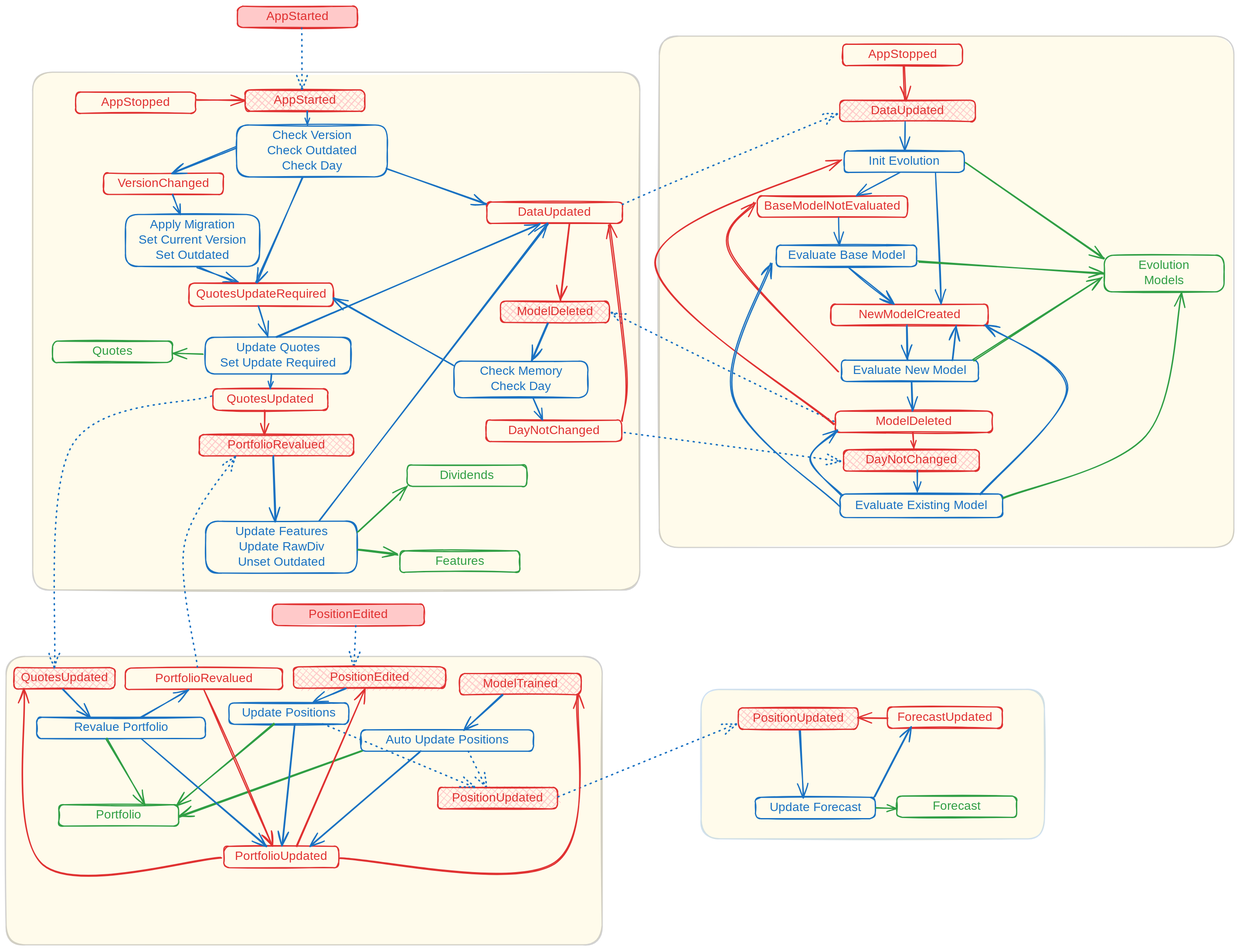
Above: docs/fsm.excalidraw.svg in WLM1ke/poptimizer (Excalidraw), before the change. Source tidied: one line per element, renumbered; positions are measured from the earlier drawing's top-left corner, leaving out a move shared by most shapes.
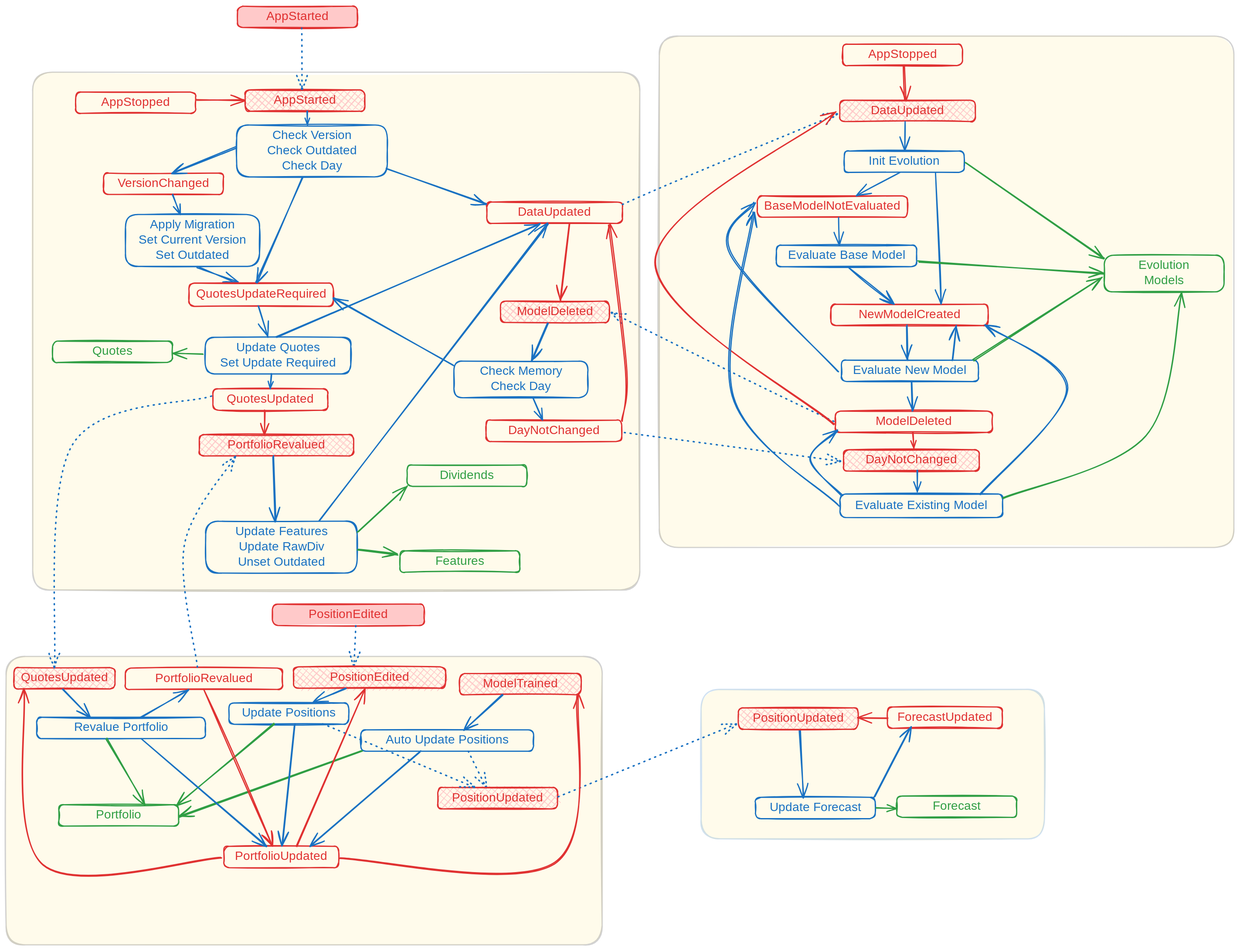
The same diagram one commit later.

Change to the diagram source:
```diff
@@ -123,7 +123,7 @@
 {"id": 122, "type": "arrow", "strokeColor": "#1971c2", "backgroundColor": "#ffc9c9", "fillStyle": "solid", "strokeWidth": 2, "roughness": 1, "endArrowhead": "arrow", "round": true, "from": 115, "to": 117, "x": 1476, "y": 524, "width": 3, "height": 56, "points": [[0, 0], [3, 56]]}
 {"id": 123, "type": "rectangle", "strokeColor": "#1971c2", "strokeWidth": 2, "roughness": 1, "round": true, "x": 1367, "y": 800, "width": 267, "height": 39}
 {"id": 124, "type": "text", "text": "Evaluate Existing Model", "strokeColor": "#1971c2", "strokeWidth": 2, "roughness": 1, "fontSize": 20, "fontFamily": 5, "textAlign": "center", "verticalAlign": "middle", "inside": 123, "x": 1383, "y": 806, "width": 234, "height": 25}
-{"id": 125, "type": "arrow", "strokeColor": "#e03131", "backgroundColor": "#ffc9c9", "fillStyle": "solid", "strokeWidth": 2, "roughness": 1, "endArrowhead": "arrow", "round": true, "from": 117, "to": 111, "x": 1364, "y": 598, "width": 177, "height": 276, "points": [[0, 0], [-177, -193], [-138, -276]]}
+{"id": 125, "type": "arrow", "strokeColor": "#1971c2", "backgroundColor": "#ffc9c9", "fillStyle": "solid", "strokeWidth": 2, "roughness": 1, "endArrowhead": "arrow", "round": true, "from": 117, "to": 111, "x": 1364, "y": 598, "width": 177, "height": 276, "points": [[0, 0], [-177, -193], [-138, -276]]}
 {"id": 126, "type": "rectangle", "strokeColor": "#1971c2", "strokeWidth": 2, "roughness": 1, "round": true, "x": 1263, "y": 392, "width": 230, "height": 35}
 {"id": 127, "type": "text", "text": "Evaluate Base Model", "strokeColor": "#1971c2", "strokeWidth": 2, "roughness": 1, "fontSize": 20, "fontFamily": 5, "textAlign": "center", "verticalAlign": "middle", "inside": 126, "x": 1276, "y": 397, "width": 203, "height": 25}
 {"id": 128, "type": "arrow", "strokeColor": "#1971c2", "backgroundColor": "#ffc9c9", "fillStyle": "solid", "strokeWidth": 2, "roughness": 1, "endArrowhead": "arrow", "from": 111, "to": 126, "x": 1365, "y": 346, "width": 1, "height": 45, "points": [[0, 0], [1, 45]]}
@@ -156,6 +156,6 @@
 {"id": 155, "type": "arrow", "strokeColor": "#e03131", "backgroundColor": "#ffc9c9", "fillStyle": "solid", "strokeWidth": 2, "roughness": 1, "endArrowhead": "arrow", "round": true, "from": 119, "to": 153, "x": 1486, "y": 699, "width": 2, "height": 25, "points": [[0, 0], [2, 25]]}
 {"id": 156, "type": "arrow", "strokeColor": "#1971c2", "backgroundColor": "#ffc9c9", "fillStyle": "solid", "strokeWidth": 2, "roughness": 1, "endArrowhead": "arrow", "round": true, "from": 153, "to": 123, "x": 1493, "y": 761, "width": 1, "height": 35, "points": [[0, 0], [1, 35]]}
 {"id": 157, "type": "arrow", "strokeColor": "#1971c2", "strokeWidth": 2, "strokeStyle": "dotted", "roughness": 1, "endArrowhead": "arrow", "round": true, "from": 149, "to": 153, "x": 1013, "y": 698, "width": 355, "height": 48, "points": [[0, 0], [355, 48]]}
-{"id": 158, "type": "arrow", "strokeColor": "#e03131", "backgroundColor": "#ffc9c9", "fillStyle": "solid", "strokeWidth": 2, "roughness": 1, "endArrowhead": "arrow", "round": true, "from": 119, "to": 113, "x": 1357, "y": 685, "width": 305, "height": 433, "points": [[0, 0], [-293, -266], [13, -433]]}
+{"id": 158, "type": "arrow", "strokeColor": "#e03131", "backgroundColor": "#ffc9c9", "fillStyle": "solid", "strokeWidth": 2, "roughness": 1, "endArrowhead": "arrow", "round": true, "from": 119, "to": 106, "x": 1357, "y": 685, "width": 296, "height": 511, "points": [[0, 0], [-293, -266], [3, -511]]}
-{"id": 159, "type": "arrow", "strokeColor": "#1971c2", "strokeWidth": 2, "roughness": 1, "endArrowhead": "arrow", "round": true, "from": 123, "to": 126, "x": 1365, "y": 819, "width": 174, "height": 396, "points": [[0, 0], [-174, -178], [-111, -396]]}
+{"id": 159, "type": "arrow", "strokeColor": "#1971c2", "strokeWidth": 2, "roughness": 1, "endArrowhead": "arrow", "round": true, "from": 123, "to": 111, "x": 1365, "y": 819, "width": 174, "height": 480, "points": [[0, 0], [-174, -178], [-140, -480]]}
 {"id": 160, "type": "arrow", "strokeColor": "#1971c2", "strokeWidth": 2, "roughness": 1, "endArrowhead": "arrow", "round": true, "from": 123, "to": 119, "x": 1370, "y": 803, "width": 51, "height": 107, "points": [[0, 0], [-51, -61], [-8, -107]]}
```
